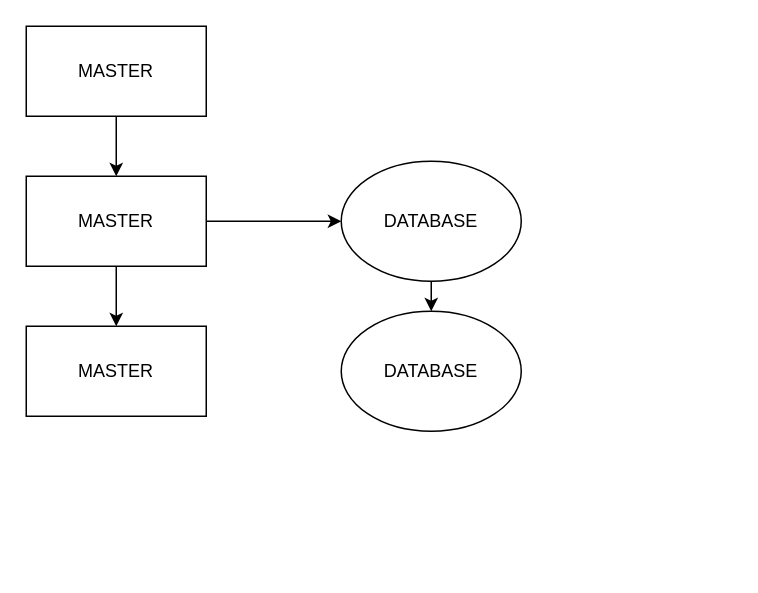
Before: INFORMATION/branches.drawio in Man1exter/MAIG-WAREHOUSE, a draw.io diagram. Source tidied: cells renumbered, new cells numbered last; positions are measured from the earlier drawing's top-left corner, leaving out a move shared by most shapes. Both pictures are drawn from the tidied source at 150%, with x=0, y=0 at pixel (26, 26).
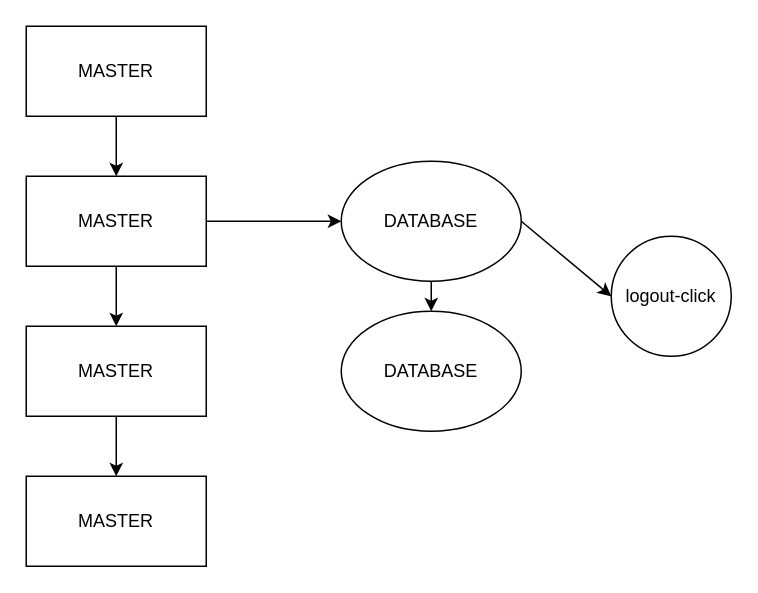
The same diagram, later.

Commit message (it also covers changes not shown here):
new branches with logout/db

Diff of the diagram source:
```diff
@@
 <mxGraphModel>
   <root>
     <mxCell id="0" />
     <mxCell id="1" parent="0" />
     <mxCell id="2" value="MASTER" style="rounded=0;whiteSpace=wrap;html=1;" parent="1" vertex="1">
       <mxGeometry width="120" height="60" as="geometry" />
     </mxCell>
     <mxCell id="3" value="MASTER" style="rounded=0;whiteSpace=wrap;html=1;" parent="1" vertex="1">
       <mxGeometry y="100" width="120" height="60" as="geometry" />
     </mxCell>
     <mxCell id="4" value="MASTER" style="rounded=0;whiteSpace=wrap;html=1;" parent="1" vertex="1">
       <mxGeometry y="200" width="120" height="60" as="geometry" />
     </mxCell>
     <mxCell id="5" style="endArrow=classic;html=1;exitX=0.5;exitY=1;exitDx=0;exitDy=0;entryX=0.5;entryY=0;entryDx=0;entryDy=0;" parent="1" edge="1" source="2" target="3">
       <mxGeometry relative="1" as="geometry" />
     </mxCell>
     <mxCell id="6" style="endArrow=classic;html=1;exitX=0.5;exitY=1;exitDx=0;exitDy=0;" parent="1" edge="1" source="3" target="4">
       <mxGeometry relative="1" as="geometry" />
     </mxCell>
     <mxCell id="7" value="DATABASE" style="ellipse;whiteSpace=wrap;html=1;" parent="1" vertex="1">
       <mxGeometry x="210" y="90" width="120" height="80" as="geometry" />
     </mxCell>
     <mxCell id="8" value="DATABASE" style="ellipse;whiteSpace=wrap;html=1;" parent="1" vertex="1">
       <mxGeometry x="210" y="190" width="120" height="80" as="geometry" />
     </mxCell>
     <mxCell id="9" style="endArrow=classic;html=1;exitX=0.5;exitY=1;exitDx=0;exitDy=0;entryX=0.5;entryY=0;entryDx=0;entryDy=0;" parent="1" edge="1" source="7" target="8">
       <mxGeometry relative="1" as="geometry" />
     </mxCell>
     <mxCell id="10" style="endArrow=classic;html=1;exitX=1;exitY=0.5;exitDx=0;exitDy=0;entryX=0;entryY=0.5;entryDx=0;entryDy=0;" parent="1" edge="1" source="3" target="7">
       <mxGeometry relative="1" as="geometry" />
     </mxCell>
+    <mxCell id="11" value="logout-click" style="ellipse;whiteSpace=wrap;html=1;" parent="1" vertex="1">
+      <mxGeometry x="390" y="140" width="80" height="80" as="geometry" />
+    </mxCell>
+    <mxCell id="12" style="endArrow=classic;html=1;exitX=1;exitY=0.5;exitDx=0;exitDy=0;entryX=0;entryY=0.5;entryDx=0;entryDy=0;" parent="1" edge="1" source="7" target="11">
+      <mxGeometry relative="1" as="geometry" />
+    </mxCell>
+    <mxCell id="13" value="MASTER" style="rounded=0;whiteSpace=wrap;html=1;" parent="1" vertex="1">
+      <mxGeometry y="300" width="120" height="60" as="geometry" />
+    </mxCell>
+    <mxCell id="14" style="endArrow=classic;html=1;exitX=0.5;exitY=1;exitDx=0;exitDy=0;entryX=0.5;entryY=0;entryDx=0;entryDy=0;" parent="1" edge="1" source="4" target="13">
+      <mxGeometry relative="1" as="geometry" />
+    </mxCell>
   </root>
 </mxGraphModel>
```
